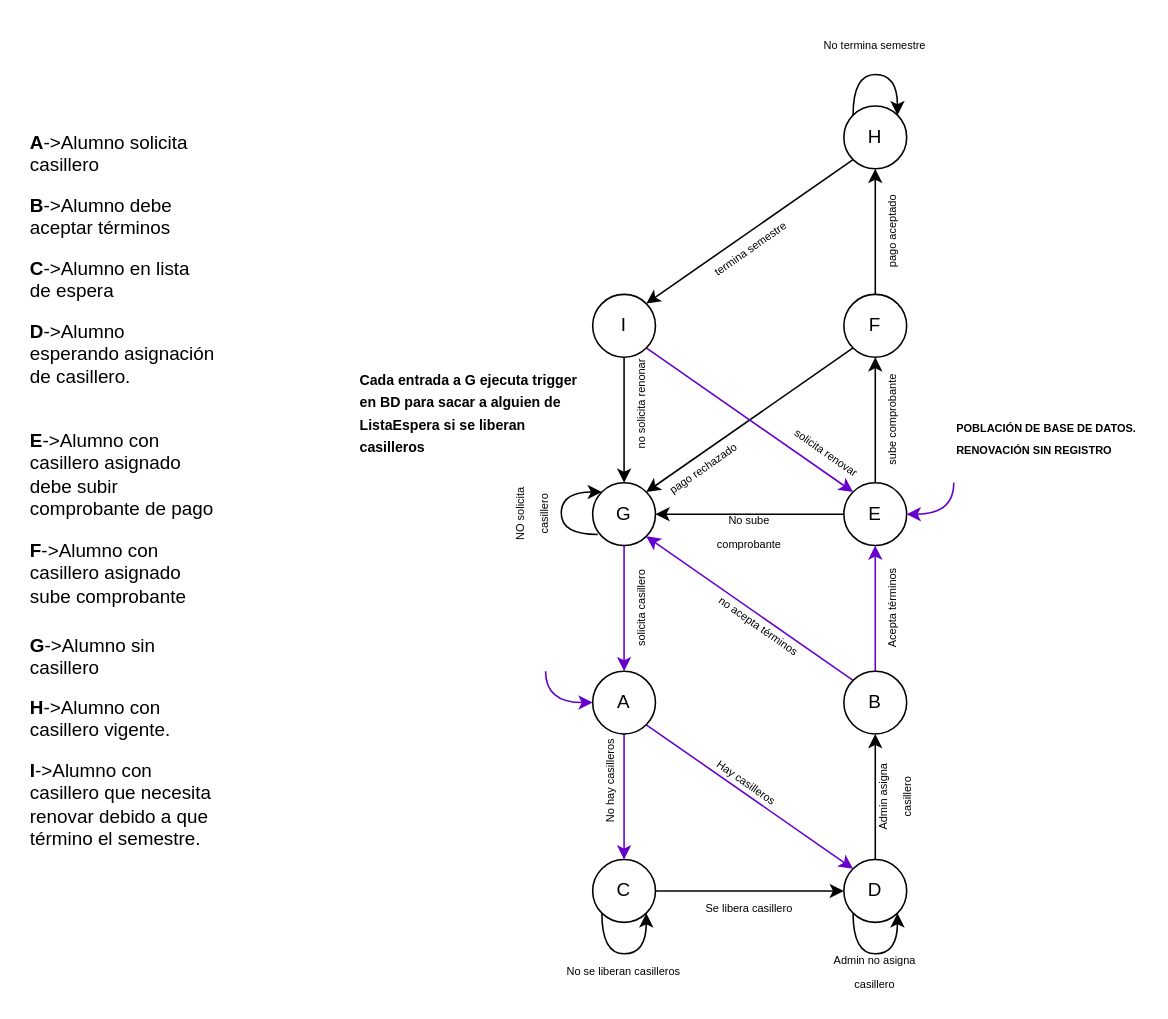
Above: page "sistema-locker" (7 of 8) of db/diagramasBD.drawio in yaeef/Proyecto-locker (draw.io), before the change. Source tidied: cells renumbered, new cells numbered last; positions are measured from the earlier drawing's top-left corner, leaving out a move shared by most shapes. Both pictures are drawn from the tidied source at 157%, with x=0, y=0 at pixel (27, 27).
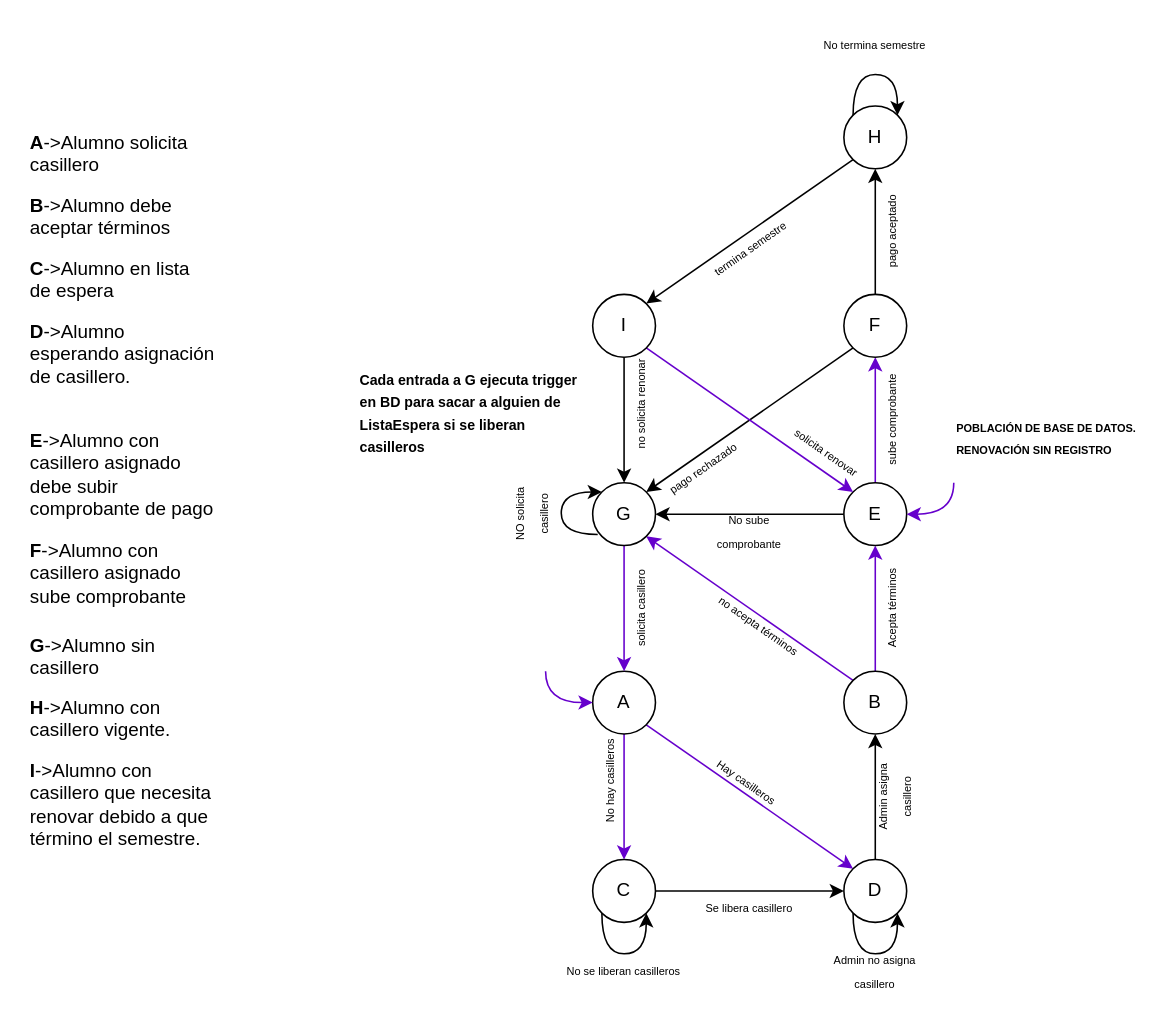
Above is the later version.

The change refers to these unchanged cells:
```xml
<mxCell id="18" value="E" style="ellipse;whiteSpace=wrap;html=1;" parent="1" vertex="1">
  <mxGeometry x="520" y="290" width="40" height="40" as="geometry" />
</mxCell>
<mxCell id="22" value="F" style="ellipse;whiteSpace=wrap;html=1;" parent="1" vertex="1">
  <mxGeometry x="520" y="170" width="40" height="40" as="geometry" />
</mxCell>
```

Diff of the diagram source:
```diff
@@
-    <mxCell id="16" style="edgeStyle=orthogonalEdgeStyle;rounded=0;jettySize=auto;html=1;exitX=0.5;exitY=0;exitDx=0;exitDy=0;entryX=0.5;entryY=1;entryDx=0;entryDy=0;" parent="1" edge="1" source="18" target="22">
+    <mxCell id="16" style="edgeStyle=orthogonalEdgeStyle;rounded=0;jettySize=auto;html=1;exitX=0.5;exitY=0;exitDx=0;exitDy=0;entryX=0.5;entryY=1;entryDx=0;entryDy=0;strokeColor=#6600CC;" parent="1" edge="1" source="18" target="22">
       <mxGeometry relative="1" as="geometry" />
     </mxCell>
```
